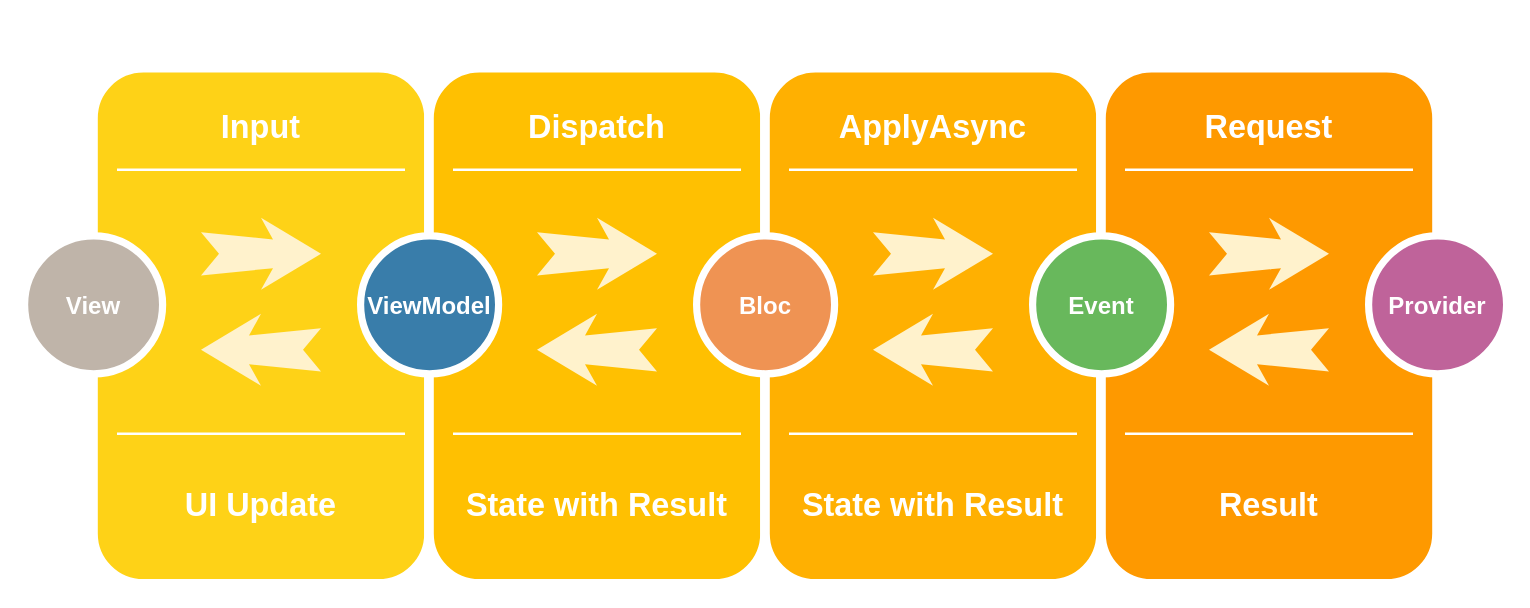
This is Untitled Diagram.drawio from PFXStudio/PFXBlocProvider, a draw.io file, before an edit. Source tidied: cells renumbered, new cells numbered last; positions are measured from the earlier drawing's top-left corner, leaving out a move shared by most shapes. Both pictures are drawn from the tidied source at 120%, with x=0, y=0 at pixel (24, 67).
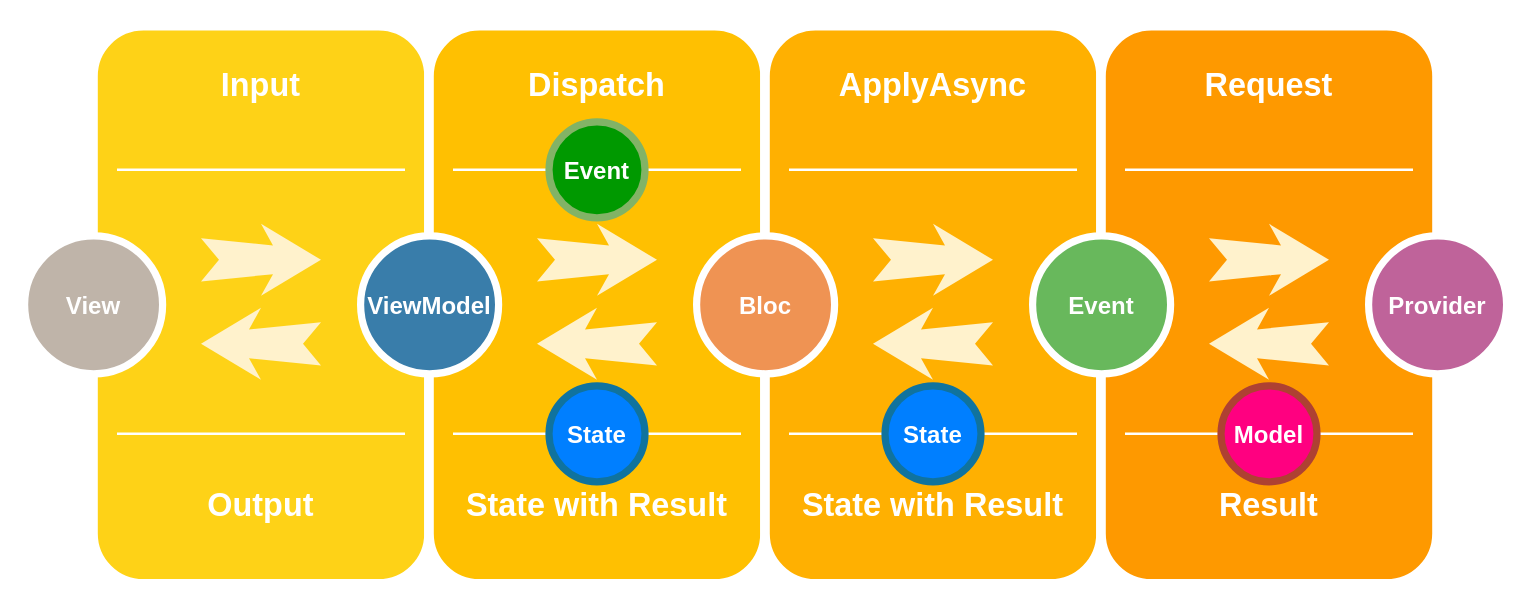
The same page after the edit.

Change to the diagram source:
```diff
@@
     <mxCell id="2" style="whiteSpace=wrap;html=1;rounded=1;shadow=0;strokeWidth=8;fontSize=20;align=center;fillColor=#FED217;strokeColor=#FFFFFF;" parent="1" vertex="1">
-      <mxGeometry x="57" width="280" height="430" as="geometry" />
+      <mxGeometry x="57" y="-35" width="280" height="465" as="geometry" />
     </mxCell>
     <mxCell id="3" value="Input" style="text;html=1;strokeColor=none;fillColor=none;align=center;verticalAlign=middle;whiteSpace=wrap;rounded=0;shadow=0;fontSize=27;fontColor=#FFFFFF;fontStyle=1;" parent="1" vertex="1">
-      <mxGeometry x="57" y="20" width="280" height="60" as="geometry" />
+      <mxGeometry x="57" y="-15" width="280" height="60" as="geometry" />
     </mxCell>
-    <mxCell id="4" value="&lt;b&gt;&lt;font style=&quot;font-size: 27px&quot;&gt;UI Update&lt;/font&gt;&lt;/b&gt;" style="text;html=1;strokeColor=none;fillColor=none;align=center;verticalAlign=middle;whiteSpace=wrap;rounded=0;shadow=0;fontSize=14;fontColor=#FFFFFF;" parent="1" vertex="1">
+    <mxCell id="4" value="&lt;b&gt;&lt;font style=&quot;font-size: 27px&quot;&gt;Output&lt;/font&gt;&lt;/b&gt;" style="text;html=1;strokeColor=none;fillColor=none;align=center;verticalAlign=middle;whiteSpace=wrap;rounded=0;shadow=0;fontSize=14;fontColor=#FFFFFF;" parent="1" vertex="1">
       <mxGeometry x="57" y="320" width="280" height="90" as="geometry" />
     </mxCell>
@@
     <mxCell id="8" style="html=1;shadow=0;dashed=0;align=center;verticalAlign=middle;shape=mxgraph.arrows2.stylisedArrow;dy=0.6;dx=40;notch=15;feather=0.4;rounded=0;strokeWidth=1;fontSize=27;strokeColor=none;fillColor=#fff2cc;" parent="1" vertex="1">
-      <mxGeometry x="147" y="125" width="100" height="60" as="geometry" />
+      <mxGeometry x="147" y="130" width="100" height="60" as="geometry" />
     </mxCell>
     <mxCell id="9" style="whiteSpace=wrap;html=1;rounded=1;shadow=0;strokeWidth=8;fontSize=20;align=center;fillColor=#FFC001;strokeColor=#FFFFFF;" parent="1" vertex="1">
-      <mxGeometry x="337" width="280" height="430" as="geometry" />
+      <mxGeometry x="337" y="-35" width="280" height="465" as="geometry" />
     </mxCell>
     <mxCell id="10" value="Dispatch" style="text;html=1;strokeColor=none;fillColor=none;align=center;verticalAlign=middle;whiteSpace=wrap;rounded=0;shadow=0;fontSize=27;fontColor=#FFFFFF;fontStyle=1;" parent="1" vertex="1">
-      <mxGeometry x="337" y="20" width="280" height="60" as="geometry" />
+      <mxGeometry x="337" y="-15" width="280" height="60" as="geometry" />
     </mxCell>
@@
     <mxCell id="15" style="html=1;shadow=0;dashed=0;align=center;verticalAlign=middle;shape=mxgraph.arrows2.stylisedArrow;dy=0.6;dx=40;notch=15;feather=0.4;rounded=0;strokeWidth=1;fontSize=27;strokeColor=none;fillColor=#fff2cc;" parent="1" vertex="1">
-      <mxGeometry x="427" y="125" width="100" height="60" as="geometry" />
+      <mxGeometry x="427" y="130" width="100" height="60" as="geometry" />
     </mxCell>
     <mxCell id="16" style="whiteSpace=wrap;html=1;rounded=1;shadow=0;strokeWidth=8;fontSize=20;align=center;fillColor=#FFB001;strokeColor=#FFFFFF;" parent="1" vertex="1">
-      <mxGeometry x="617" width="280" height="430" as="geometry" />
+      <mxGeometry x="617" y="-35" width="280" height="465" as="geometry" />
     </mxCell>
     <mxCell id="17" value="ApplyAsync" style="text;html=1;strokeColor=none;fillColor=none;align=center;verticalAlign=middle;whiteSpace=wrap;rounded=0;shadow=0;fontSize=27;fontColor=#FFFFFF;fontStyle=1;" parent="1" vertex="1">
-      <mxGeometry x="617" y="20" width="280" height="60" as="geometry" />
+      <mxGeometry x="617" y="-15" width="280" height="60" as="geometry" />
     </mxCell>
@@
     <mxCell id="22" style="html=1;shadow=0;dashed=0;align=center;verticalAlign=middle;shape=mxgraph.arrows2.stylisedArrow;dy=0.6;dx=40;notch=15;feather=0.4;rounded=0;strokeWidth=1;fontSize=27;strokeColor=none;fillColor=#fff2cc;" parent="1" vertex="1">
-      <mxGeometry x="707" y="125" width="100" height="60" as="geometry" />
+      <mxGeometry x="707" y="130" width="100" height="60" as="geometry" />
     </mxCell>
     <mxCell id="23" style="whiteSpace=wrap;html=1;rounded=1;shadow=0;strokeWidth=8;fontSize=20;align=center;fillColor=#FE9900;strokeColor=#FFFFFF;" parent="1" vertex="1">
-      <mxGeometry x="897" width="280" height="430" as="geometry" />
+      <mxGeometry x="897" y="-35" width="280" height="465" as="geometry" />
     </mxCell>
     <mxCell id="24" value="Request" style="text;html=1;strokeColor=none;fillColor=none;align=center;verticalAlign=middle;whiteSpace=wrap;rounded=0;shadow=0;fontSize=27;fontColor=#FFFFFF;fontStyle=1;" parent="1" vertex="1">
-      <mxGeometry x="897" y="20" width="280" height="60" as="geometry" />
+      <mxGeometry x="897" y="-15" width="280" height="60" as="geometry" />
     </mxCell>
@@
     <mxCell id="29" style="html=1;shadow=0;dashed=0;align=center;verticalAlign=middle;shape=mxgraph.arrows2.stylisedArrow;dy=0.6;dx=40;notch=15;feather=0.4;rounded=0;strokeWidth=1;fontSize=27;strokeColor=none;fillColor=#fff2cc;" parent="1" vertex="1">
-      <mxGeometry x="987" y="125" width="100" height="60" as="geometry" />
+      <mxGeometry x="987" y="130" width="100" height="60" as="geometry" />
     </mxCell>
@@
     <mxCell id="31" style="html=1;shadow=0;dashed=0;align=center;verticalAlign=middle;shape=mxgraph.arrows2.stylisedArrow;dy=0.6;dx=40;notch=15;feather=0.4;rounded=0;strokeWidth=1;fontSize=27;strokeColor=none;fillColor=#fff2cc;rotation=-180;" parent="1" vertex="1">
-      <mxGeometry x="707" y="205" width="100" height="60" as="geometry" />
+      <mxGeometry x="707" y="200" width="100" height="60" as="geometry" />
     </mxCell>
     <mxCell id="32" style="html=1;shadow=0;dashed=0;align=center;verticalAlign=middle;shape=mxgraph.arrows2.stylisedArrow;dy=0.6;dx=40;notch=15;feather=0.4;rounded=0;strokeWidth=1;fontSize=27;strokeColor=none;fillColor=#fff2cc;rotation=-180;" parent="1" vertex="1">
-      <mxGeometry x="427" y="205" width="100" height="60" as="geometry" />
+      <mxGeometry x="427" y="200" width="100" height="60" as="geometry" />
     </mxCell>
     <mxCell id="33" style="html=1;shadow=0;dashed=0;align=center;verticalAlign=middle;shape=mxgraph.arrows2.stylisedArrow;dy=0.6;dx=40;notch=15;feather=0.4;rounded=0;strokeWidth=1;fontSize=27;strokeColor=none;fillColor=#fff2cc;rotation=-180;" parent="1" vertex="1">
-      <mxGeometry x="147" y="205" width="100" height="60" as="geometry" />
+      <mxGeometry x="147" y="200" width="100" height="60" as="geometry" />
     </mxCell>
     <mxCell id="34" style="html=1;shadow=0;dashed=0;align=center;verticalAlign=middle;shape=mxgraph.arrows2.stylisedArrow;dy=0.6;dx=40;notch=15;feather=0.4;rounded=0;strokeWidth=1;fontSize=27;strokeColor=none;fillColor=#fff2cc;rotation=-180;" parent="1" vertex="1">
-      <mxGeometry x="987" y="205" width="100" height="60" as="geometry" />
+      <mxGeometry x="987" y="200" width="100" height="60" as="geometry" />
     </mxCell>
+    <mxCell id="35" value="&lt;span style=&quot;font-size: 20px&quot;&gt;&lt;b&gt;&lt;font color=&quot;#ffffff&quot;&gt;Model&lt;/font&gt;&lt;/b&gt;&lt;/span&gt;" style="ellipse;whiteSpace=wrap;html=1;rounded=0;shadow=0;strokeWidth=6;fontSize=14;align=center;fillColor=#FF0080;strokeColor=#ae4132;" parent="1" vertex="1">
+      <mxGeometry x="997" y="265" width="80" height="80" as="geometry" />
+    </mxCell>
+    <mxCell id="36" value="&lt;span style=&quot;font-size: 20px&quot;&gt;&lt;b&gt;&lt;font color=&quot;#ffffff&quot;&gt;State&lt;/font&gt;&lt;/b&gt;&lt;/span&gt;" style="ellipse;whiteSpace=wrap;html=1;rounded=0;shadow=0;strokeWidth=6;fontSize=14;align=center;fillColor=#007FFF;strokeColor=#10739e;" parent="1" vertex="1">
+      <mxGeometry x="717" y="265" width="80" height="80" as="geometry" />
+    </mxCell>
+    <mxCell id="37" value="&lt;span style=&quot;font-size: 20px&quot;&gt;&lt;b&gt;&lt;font color=&quot;#ffffff&quot;&gt;State&lt;/font&gt;&lt;/b&gt;&lt;/span&gt;" style="ellipse;whiteSpace=wrap;html=1;rounded=0;shadow=0;strokeWidth=6;fontSize=14;align=center;fillColor=#007FFF;strokeColor=#10739e;" parent="1" vertex="1">
+      <mxGeometry x="437" y="265" width="80" height="80" as="geometry" />
+    </mxCell>
+    <mxCell id="38" value="&lt;span style=&quot;font-size: 20px&quot;&gt;&lt;b&gt;&lt;font color=&quot;#ffffff&quot;&gt;Event&lt;/font&gt;&lt;/b&gt;&lt;/span&gt;" style="ellipse;whiteSpace=wrap;html=1;rounded=0;shadow=0;strokeWidth=6;fontSize=14;align=center;fillColor=#009900;strokeColor=#82b366;" parent="1" vertex="1">
+      <mxGeometry x="437" y="45" width="80" height="80" as="geometry" />
+    </mxCell>
```
